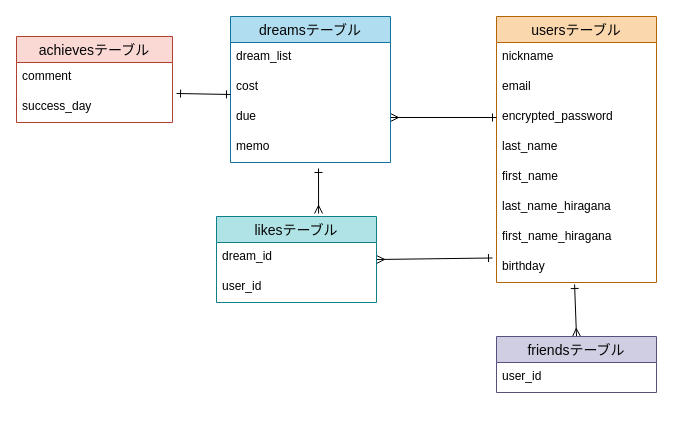
Before: original-app.dio in Shibasaki-Suzuka/original-app, a draw.io diagram. Source tidied: cells renumbered, new cells numbered last; positions are measured from the earlier drawing's top-left corner, leaving out a move shared by most shapes. Both pictures are drawn from the tidied source at 100%, with x=0, y=0 at pixel (16, 16).
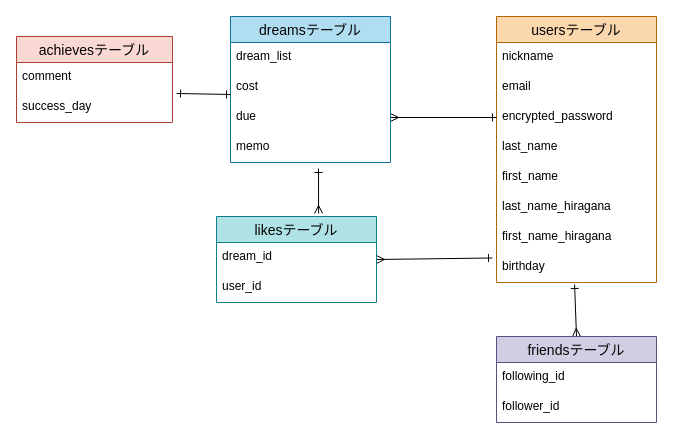
The same page after the edit.

Diff of the diagram source:
```diff
@@
     <mxCell id="18" value="friendsテーブル" style="swimlane;fontStyle=0;horizontal=1;startSize=26;align=center;fontSize=14;fillColor=#d0cee2;strokeColor=#56517e;fontColor=#050505;" parent="1" vertex="1">
-      <mxGeometry x="480" y="320" width="160" height="56" as="geometry" />
+      <mxGeometry x="480" y="320" width="160" height="86" as="geometry" />
     </mxCell>
-    <mxCell id="19" value="user_id" style="text;strokeColor=none;fillColor=none;spacingLeft=4;spacingRight=4;overflow=hidden;fontSize=12;" parent="18" vertex="1">
+    <mxCell id="19" value="following_id" style="text;strokeColor=none;fillColor=none;spacingLeft=4;spacingRight=4;overflow=hidden;fontSize=12;" parent="18" vertex="1">
       <mxGeometry y="26" width="160" height="30" as="geometry" />
     </mxCell>
+    <mxCell id="29" value="follower_id" style="text;strokeColor=none;fillColor=none;spacingLeft=4;spacingRight=4;overflow=hidden;fontSize=12;" parent="18" vertex="1">
+      <mxGeometry y="56" width="160" height="30" as="geometry" />
+    </mxCell>
```
